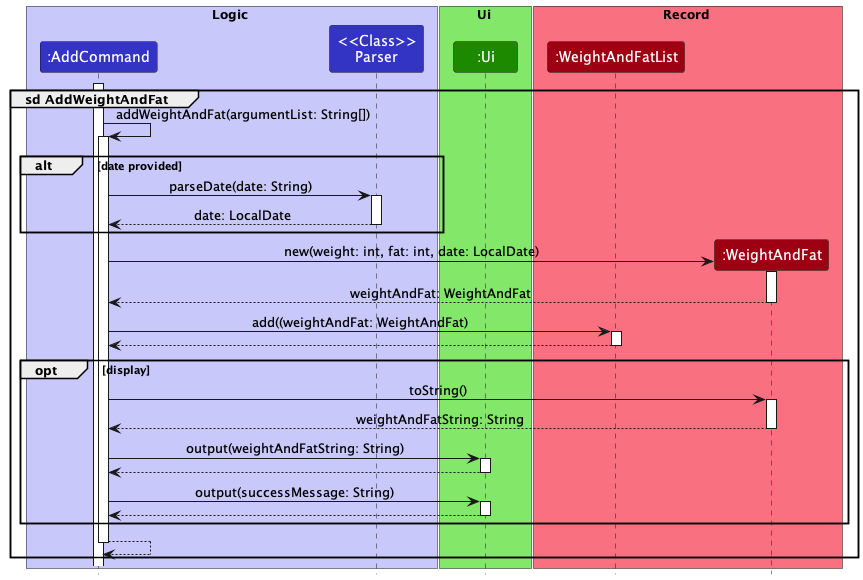
Earlier version of the PlantUML export docs/UmlDiagrams/AddWeightAndFat.png (nus-cs2113-AY2223S1/tp).
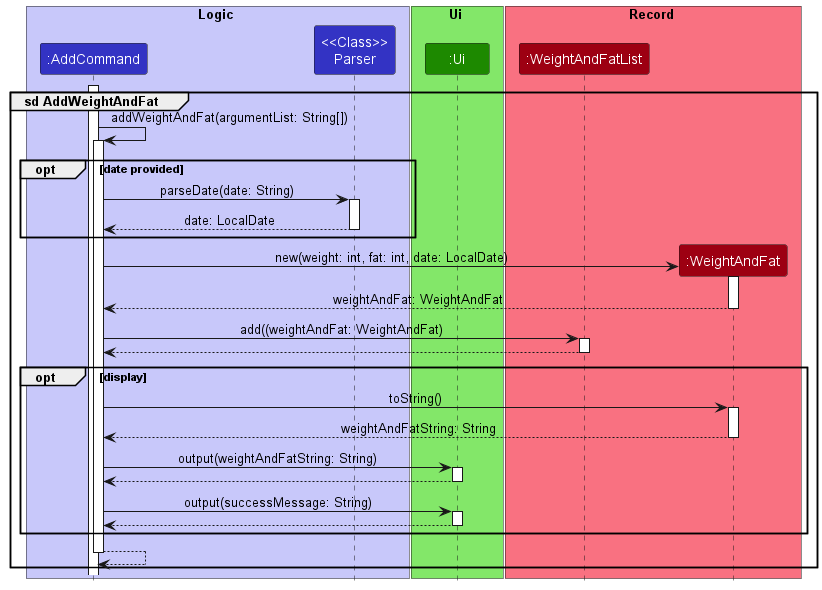
The same file after the commit.

Change to the diagram source:
```diff
@@ -17,7 +17,7 @@
 activate AddCommand
 group sd AddWeightAndFat
     AddCommand -> AddCommand++: addWeightAndFat(argumentList: String[])
-    alt date provided
+    opt date provided
         AddCommand -> Parser++: parseDate(date: String)
         return date: LocalDate
     end
```
